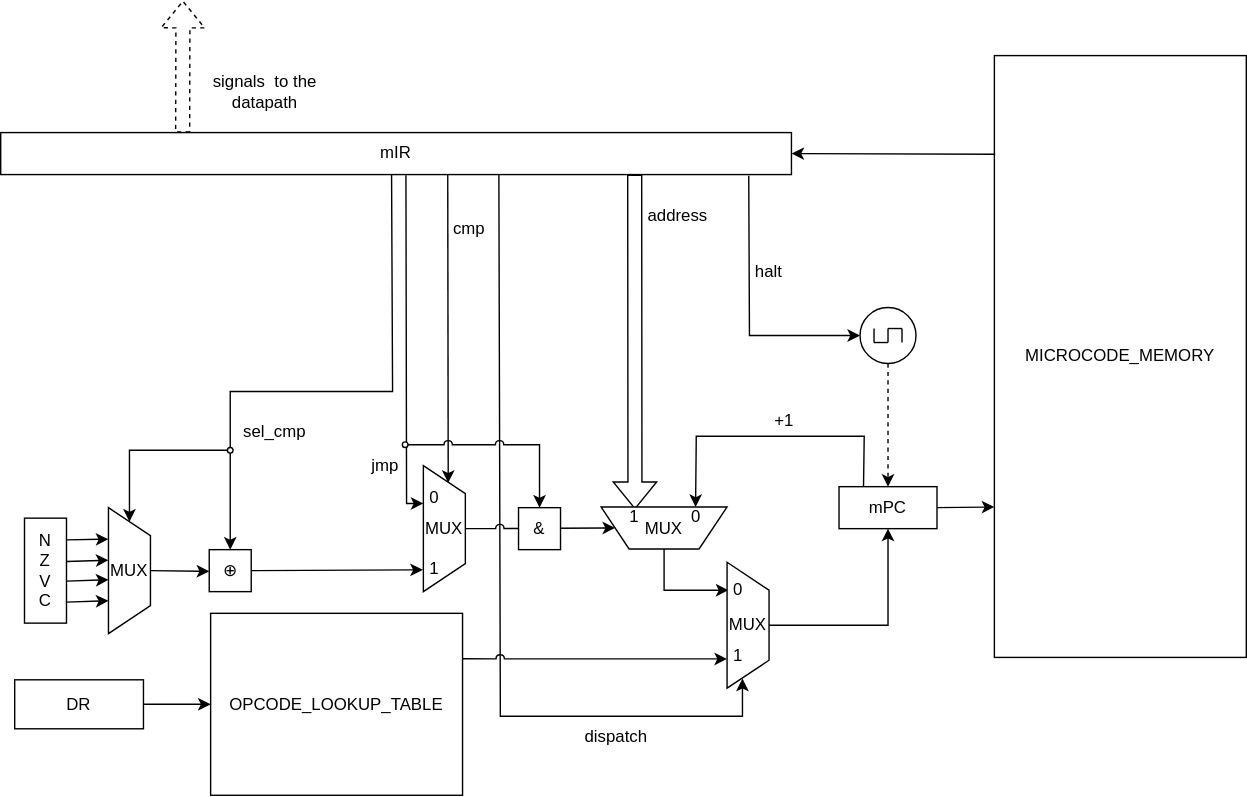
Earlier version of the draw.io export assets/control_unit/scheme.svg (AstroSoup/computer-system-architecture-lab-4). Source tidied: cells renumbered, new cells last; positions are measured from the earlier drawing's top-left corner, leaving out a move shared by most shapes.
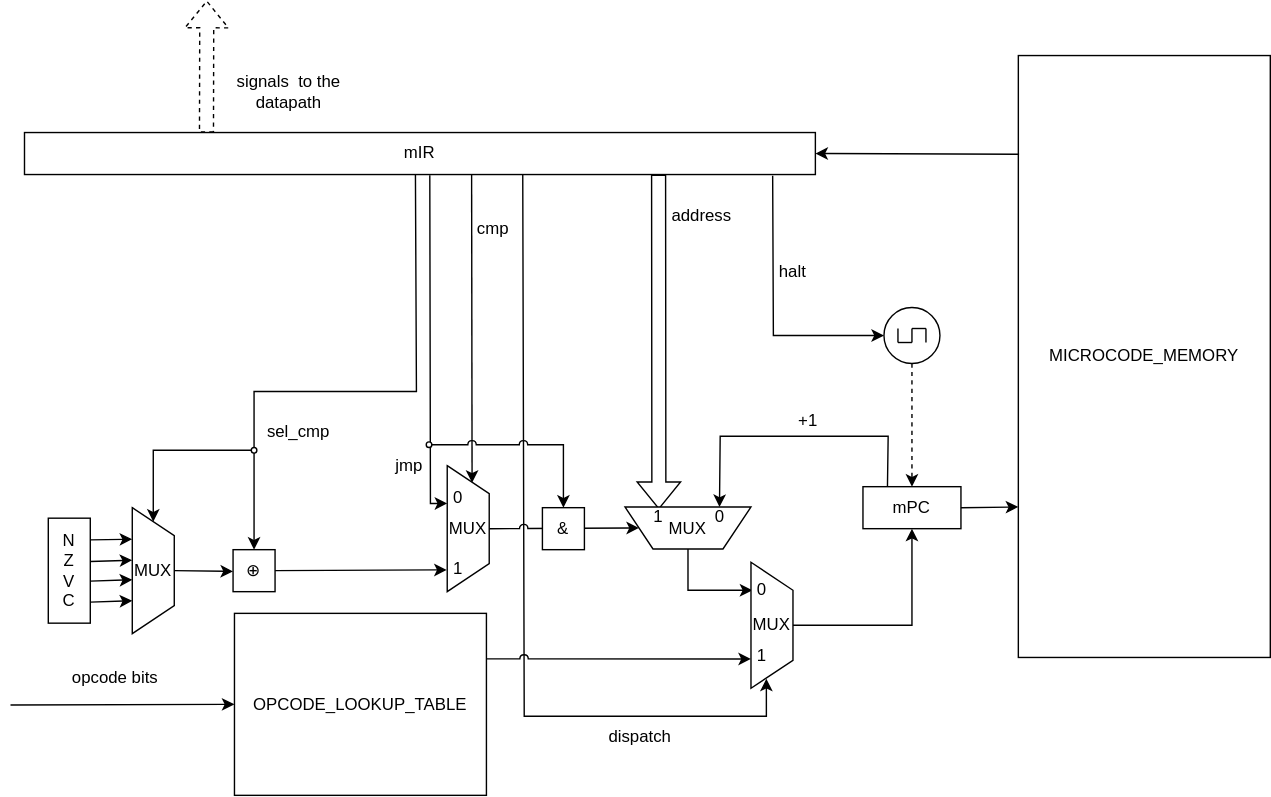
After the change.

Commit message:
fixed CU scheme to show refactored processor state.

The edit, as a diff of the source:
```diff
@@ -155,12 +155,11 @@
     <mxCell id="36" style="endArrow=classic;html=1;rounded=0;exitX=1;exitY=0.25;exitDx=0;exitDy=0;jumpStyle=arc;entryX=0.099;entryY=0.569;entryDx=0;entryDy=0;entryPerimeter=0;" parent="1" edge="1" source="33" target="45">
       <mxGeometry relative="1" as="geometry" />
     </mxCell>
-    <mxCell id="37" style="endArrow=classic;html=1;rounded=0;entryX=0;entryY=0.5;entryDx=0;entryDy=0;exitX=1;exitY=0.5;exitDx=0;exitDy=0;" parent="1" edge="1" source="38" target="33">
-      <mxGeometry relative="1" as="geometry" />
+    <mxCell id="37" style="endArrow=classic;html=1;rounded=0;entryX=0;entryY=0.5;entryDx=0;entryDy=0;" parent="1" edge="1" target="33">
+      <mxGeometry relative="1" as="geometry">
+        <mxPoint x="-10" y="503" as="sourcePoint" />
+      </mxGeometry>
     </mxCell>
-    <mxCell id="38" value="DR" style="rounded=0;whiteSpace=wrap;html=1;" parent="1" vertex="1">
-      <mxGeometry x="10" y="485" width="92" height="35" as="geometry" />
-    </mxCell>
     <mxCell id="39" style="endArrow=classic;html=1;rounded=0;entryX=0.5;entryY=1;entryDx=0;entryDy=0;exitX=0.5;exitY=0;exitDx=0;exitDy=0;" parent="1" edge="1" source="35" target="6">
       <mxGeometry relative="1" as="geometry">
         <Array as="points">
@@ -260,5 +259,8 @@
     <mxCell id="62" value="halt" style="text;html=1;whiteSpace=wrap;strokeColor=none;fillColor=none;align=center;verticalAlign=middle;rounded=0;" parent="1" vertex="1">
       <mxGeometry x="519" y="179" width="60" height="30" as="geometry" />
     </mxCell>
+    <mxCell id="63" value="opcode bits" style="text;html=1;whiteSpace=wrap;strokeColor=none;fillColor=none;align=center;verticalAlign=middle;rounded=0;" parent="1" vertex="1">
+      <mxGeometry x="-10" y="469" width="150" height="30" as="geometry" />
+    </mxCell>
   </root>
 </mxGraphModel>
```
